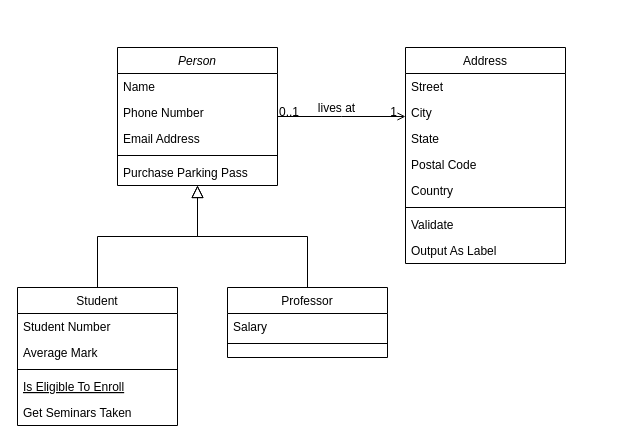
Lvmzoo-Dev/E-TONTINE keeps this draw.io diagram as Diagramme de Classe.drawio. Above is the earlier version. Source tidied: cells renumbered, new cells numbered last; positions are measured from the earlier drawing's top-left corner, leaving out a move shared by most shapes. Both pictures are drawn from the tidied source at 100%, with x=0, y=0 at pixel (17, 47).
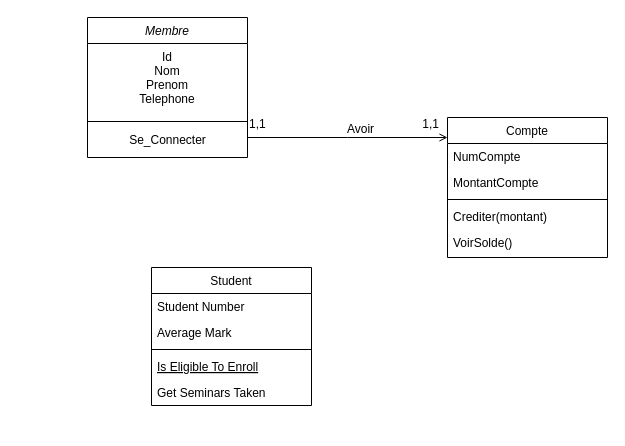
After the change.

Commit message (it also covers changes not shown here):
Mettre à jour Diagramme de Classe.drawio

The change refers to these unchanged cells:
```xml
<mxCell id="28" style="endArrow=open;shadow=0;strokeWidth=1;rounded=0;endFill=1;edgeStyle=elbowEdgeStyle;elbow=vertical;" parent="1" edge="1" source="2" target="19">
  <mxGeometry x="0.5" y="41" relative="1" as="geometry">
    <mxPoint x="-40" y="32" as="offset" />
  </mxGeometry>
</mxCell>
```

The edit, as a diff of the source:
```diff
@@
-    <mxCell id="2" value="Person" style="swimlane;fontStyle=2;align=center;verticalAlign=top;horizontal=1;startSize=26;rounded=0;shadow=0;strokeWidth=1;" parent="1" vertex="1">
-      <mxGeometry x="100" width="160" height="138" as="geometry" />
+    <mxCell id="2" value="Membre" style="swimlane;fontStyle=2;align=center;verticalAlign=top;horizontal=1;startSize=26;rounded=0;shadow=0;strokeWidth=1;" parent="1" vertex="1">
+      <mxGeometry x="70" y="-30" width="160" height="140" as="geometry" />
     </mxCell>
-    <mxCell id="3" value="Name" style="text;align=left;verticalAlign=top;spacingLeft=4;spacingRight=4;overflow=hidden;" parent="2" vertex="1">
-      <mxGeometry y="26" width="160" height="26" as="geometry" />
+    <mxCell id="3" value="Id&#10;Nom&#10;Prenom&#10;Telephone" style="text;align=center;verticalAlign=top;spacingLeft=4;spacingRight=4;overflow=hidden;" parent="2" vertex="1">
+      <mxGeometry y="26" width="160" height="74" as="geometry" />
     </mxCell>
-    <mxCell id="4" value="Phone Number" style="text;align=left;verticalAlign=top;spacingLeft=4;spacingRight=4;overflow=hidden;rounded=0;shadow=0;html=0;" parent="2" vertex="1">
-      <mxGeometry y="52" width="160" height="26" as="geometry" />
-    </mxCell>
-    <mxCell id="5" value="Email Address" style="text;align=left;verticalAlign=top;spacingLeft=4;spacingRight=4;overflow=hidden;rounded=0;shadow=0;html=0;" parent="2" vertex="1">
-      <mxGeometry y="78" width="160" height="26" as="geometry" />
-    </mxCell>
-    <mxCell id="6" style="line;html=1;strokeWidth=1;align=left;verticalAlign=middle;spacingTop=-1;spacingLeft=3;spacingRight=3;labelPosition=right;" parent="2" vertex="1">
-      <mxGeometry y="104" width="160" height="8" as="geometry" />
+    <mxCell id="6" style="line;html=1;strokeWidth=1;align=center;verticalAlign=middle;spacingTop=-1;spacingLeft=3;spacingRight=3;labelPosition=center;verticalLabelPosition=middle;" parent="2" vertex="1">
+      <mxGeometry y="100" width="160" height="8" as="geometry" />
     </mxCell>
-    <mxCell id="7" value="Purchase Parking Pass" style="text;align=left;verticalAlign=top;spacingLeft=4;spacingRight=4;overflow=hidden;" parent="2" vertex="1">
-      <mxGeometry y="112" width="160" height="26" as="geometry" />
-    </mxCell>
+    <mxCell id="32" value="Se_Connecter" style="text;html=1;align=center;verticalAlign=middle;strokeColor=none;fillColor=none;" parent="2" vertex="1">
+      <mxGeometry y="108" width="160" height="30" as="geometry" />
+    </mxCell>
     <mxCell id="8" value="Student" style="swimlane;fontStyle=0;align=center;verticalAlign=top;horizontal=1;startSize=26;rounded=0;shadow=0;strokeWidth=1;" parent="1" vertex="1">
-      <mxGeometry y="240" width="160" height="138" as="geometry" />
+      <mxGeometry x="134" y="220" width="160" height="138" as="geometry" />
     </mxCell>
@@
-    <mxCell id="14" style="endArrow=block;endSize=10;endFill=0;shadow=0;strokeWidth=1;rounded=0;edgeStyle=elbowEdgeStyle;elbow=vertical;" parent="1" edge="1" source="8" target="2">
-      <mxGeometry relative="1" as="geometry" />
-    </mxCell>
-    <mxCell id="15" value="Professor" style="swimlane;fontStyle=0;align=center;verticalAlign=top;horizontal=1;startSize=26;rounded=0;shadow=0;strokeWidth=1;" parent="1" vertex="1">
-      <mxGeometry x="210" y="240" width="160" height="70" as="geometry" />
-    </mxCell>
-    <mxCell id="16" value="Salary" style="text;align=left;verticalAlign=top;spacingLeft=4;spacingRight=4;overflow=hidden;" parent="15" vertex="1">
-      <mxGeometry y="26" width="160" height="26" as="geometry" />
-    </mxCell>
-    <mxCell id="17" style="line;html=1;strokeWidth=1;align=left;verticalAlign=middle;spacingTop=-1;spacingLeft=3;spacingRight=3;labelPosition=right;" parent="15" vertex="1">
-      <mxGeometry y="52" width="160" height="8" as="geometry" />
-    </mxCell>
-    <mxCell id="18" style="endArrow=block;endSize=10;endFill=0;shadow=0;strokeWidth=1;rounded=0;edgeStyle=elbowEdgeStyle;elbow=vertical;" parent="1" edge="1" source="15" target="2">
-      <mxGeometry relative="1" as="geometry" />
-    </mxCell>
-    <mxCell id="19" value="Address" style="swimlane;fontStyle=0;align=center;verticalAlign=top;horizontal=1;startSize=26;rounded=0;shadow=0;strokeWidth=1;" parent="1" vertex="1">
-      <mxGeometry x="388" width="160" height="216" as="geometry" />
+    <mxCell id="19" value="Compte" style="swimlane;fontStyle=0;align=center;verticalAlign=top;horizontal=1;startSize=26;rounded=0;shadow=0;strokeWidth=1;" parent="1" vertex="1">
+      <mxGeometry x="430" y="70" width="160" height="140" as="geometry" />
     </mxCell>
-    <mxCell id="20" value="Street" style="text;align=left;verticalAlign=top;spacingLeft=4;spacingRight=4;overflow=hidden;" parent="19" vertex="1">
+    <mxCell id="20" value="NumCompte" style="text;align=left;verticalAlign=top;spacingLeft=4;spacingRight=4;overflow=hidden;" parent="19" vertex="1">
       <mxGeometry y="26" width="160" height="26" as="geometry" />
     </mxCell>
-    <mxCell id="21" value="City" style="text;align=left;verticalAlign=top;spacingLeft=4;spacingRight=4;overflow=hidden;rounded=0;shadow=0;html=0;" parent="19" vertex="1">
+    <mxCell id="21" value="MontantCompte" style="text;align=left;verticalAlign=top;spacingLeft=4;spacingRight=4;overflow=hidden;rounded=0;shadow=0;html=0;" parent="19" vertex="1">
       <mxGeometry y="52" width="160" height="26" as="geometry" />
     </mxCell>
-    <mxCell id="22" value="State" style="text;align=left;verticalAlign=top;spacingLeft=4;spacingRight=4;overflow=hidden;rounded=0;shadow=0;html=0;" parent="19" vertex="1">
-      <mxGeometry y="78" width="160" height="26" as="geometry" />
-    </mxCell>
-    <mxCell id="23" value="Postal Code" style="text;align=left;verticalAlign=top;spacingLeft=4;spacingRight=4;overflow=hidden;rounded=0;shadow=0;html=0;" parent="19" vertex="1">
-      <mxGeometry y="104" width="160" height="26" as="geometry" />
-    </mxCell>
-    <mxCell id="24" value="Country" style="text;align=left;verticalAlign=top;spacingLeft=4;spacingRight=4;overflow=hidden;rounded=0;shadow=0;html=0;" parent="19" vertex="1">
-      <mxGeometry y="130" width="160" height="26" as="geometry" />
-    </mxCell>
     <mxCell id="25" style="line;html=1;strokeWidth=1;align=left;verticalAlign=middle;spacingTop=-1;spacingLeft=3;spacingRight=3;labelPosition=right;" parent="19" vertex="1">
-      <mxGeometry y="156" width="160" height="8" as="geometry" />
+      <mxGeometry y="78" width="160" height="8" as="geometry" />
     </mxCell>
-    <mxCell id="26" value="Validate" style="text;align=left;verticalAlign=top;spacingLeft=4;spacingRight=4;overflow=hidden;" parent="19" vertex="1">
-      <mxGeometry y="164" width="160" height="26" as="geometry" />
+    <mxCell id="26" value="Crediter(montant)" style="text;align=left;verticalAlign=top;spacingLeft=4;spacingRight=4;overflow=hidden;" parent="19" vertex="1">
+      <mxGeometry y="86" width="160" height="26" as="geometry" />
     </mxCell>
-    <mxCell id="27" value="Output As Label" style="text;align=left;verticalAlign=top;spacingLeft=4;spacingRight=4;overflow=hidden;" parent="19" vertex="1">
-      <mxGeometry y="190" width="160" height="26" as="geometry" />
+    <mxCell id="27" value="VoirSolde()" style="text;align=left;verticalAlign=top;spacingLeft=4;spacingRight=4;overflow=hidden;" parent="19" vertex="1">
+      <mxGeometry y="112" width="160" height="26" as="geometry" />
     </mxCell>
@@
-    <mxCell id="29" value="0..1" style="align=left;verticalAlign=bottom;labelBackgroundColor=none;fontSize=12;" parent="28" vertex="1">
+    <mxCell id="29" value="1,1" style="align=left;verticalAlign=bottom;labelBackgroundColor=none;fontSize=12;" parent="28" vertex="1">
       <mxGeometry x="-1" relative="1" as="geometry">
-        <mxPoint y="4" as="offset" />
+        <mxPoint y="-5" as="offset" />
       </mxGeometry>
     </mxCell>
-    <mxCell id="30" value="1" style="align=right;verticalAlign=bottom;labelBackgroundColor=none;fontSize=12;" parent="28" vertex="1">
+    <mxCell id="30" value="1,1" style="align=right;verticalAlign=bottom;labelBackgroundColor=none;fontSize=12;" parent="28" vertex="1">
       <mxGeometry x="1" relative="1" as="geometry">
-        <mxPoint x="-7" y="4" as="offset" />
+        <mxPoint x="-7" y="-5" as="offset" />
       </mxGeometry>
     </mxCell>
-    <mxCell id="31" value="lives at" style="text;html=1;align=center;verticalAlign=middle;labelBackgroundColor=none;rounded=0;shadow=0;strokeWidth=1;fontSize=12;" parent="28" vertex="1">
+    <mxCell id="31" value="Avoir" style="text;html=1;align=center;verticalAlign=middle;labelBackgroundColor=none;rounded=0;shadow=0;strokeWidth=1;fontSize=12;" parent="28" vertex="1">
       <mxGeometry x="0.5" y="49" relative="1" as="geometry">
         <mxPoint x="-38" y="40" as="offset" />
       </mxGeometry>
     </mxCell>
```
